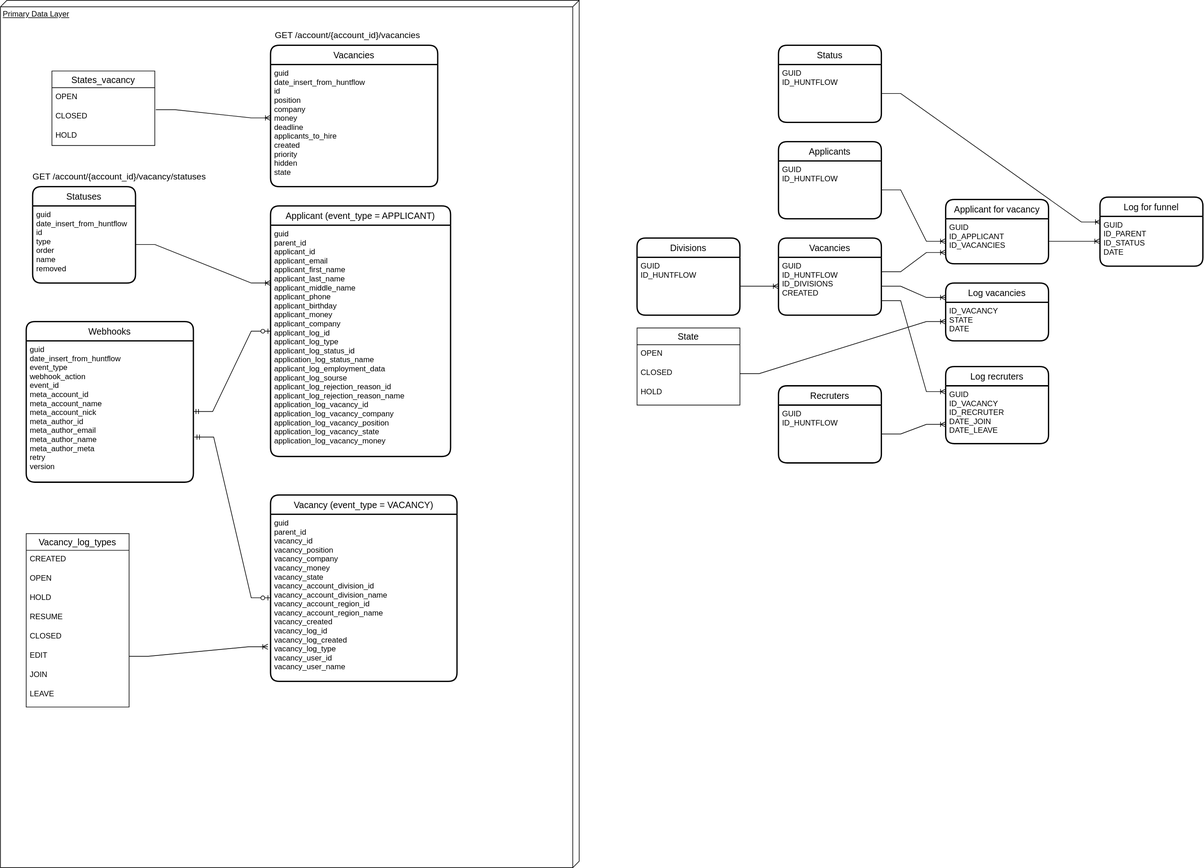
The draw.io diagram er.drawio.svg in Rikanda/for_admitad, before a commit. Source tidied: cells renumbered, new cells last; positions are measured from the earlier drawing's top-left corner, leaving out a move shared by most shapes.
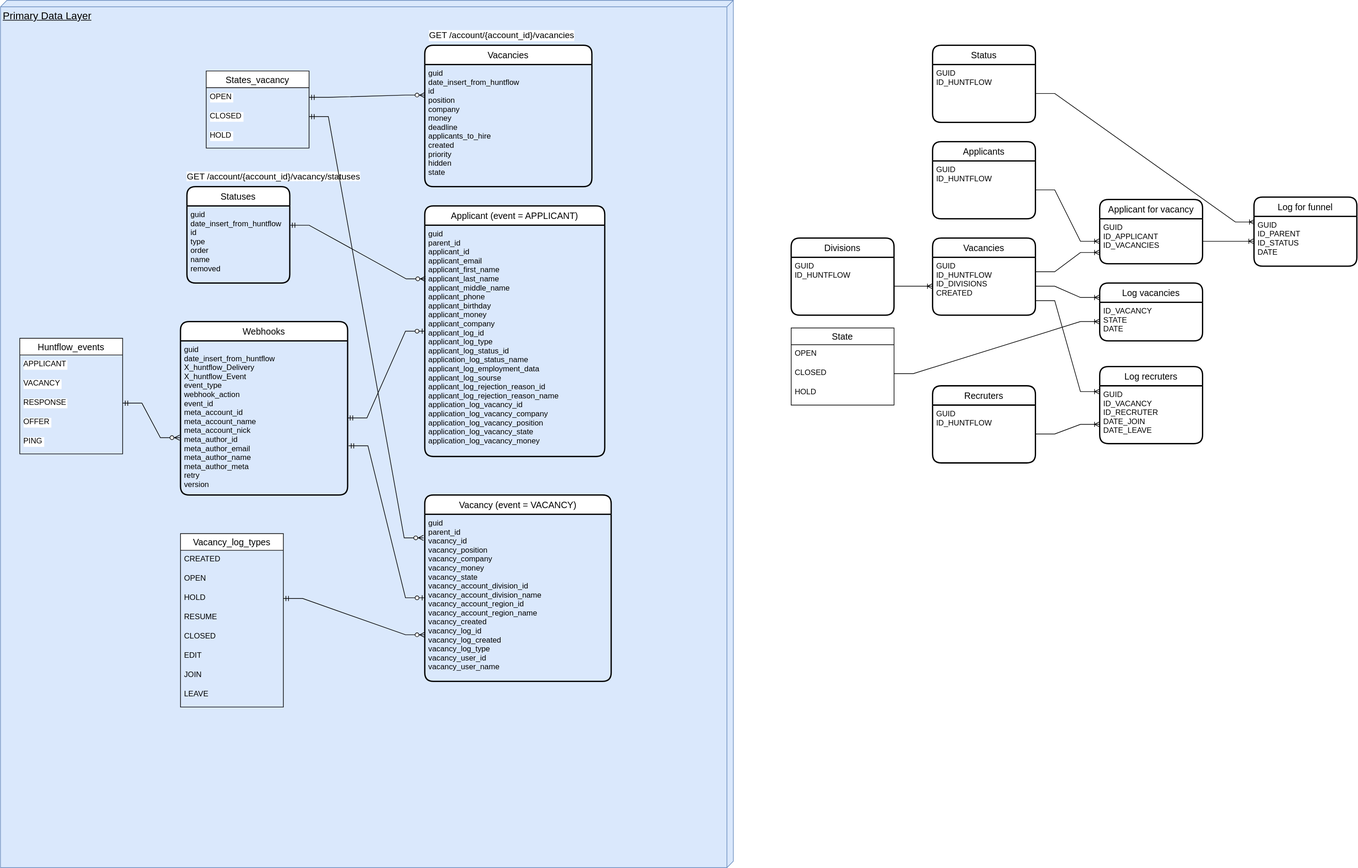
After the change.

Diff of the diagram source:
```diff
@@ -97,8 +97,8 @@
     <mxCell id="32" style="edgeStyle=entityRelationEdgeStyle;fontSize=12;html=1;endArrow=ERoneToMany;rounded=0;exitX=1;exitY=0.5;exitDx=0;exitDy=0;entryX=0;entryY=0.5;entryDx=0;entryDy=0;" parent="1" edge="1" source="9" target="5">
       <mxGeometry relative="1" as="geometry" />
     </mxCell>
-    <mxCell id="33" value="Primary Data Layer" style="verticalAlign=top;align=left;spacingTop=8;spacingLeft=2;spacingRight=12;shape=cube;size=10;direction=south;fontStyle=4;html=1;" parent="1" vertex="1">
-      <mxGeometry width="900" height="1350" as="geometry" />
+    <mxCell id="33" value="Primary Data Layer" style="verticalAlign=top;align=left;spacingTop=8;spacingLeft=2;spacingRight=12;shape=cube;size=10;direction=south;fontStyle=4;html=1;fillColor=#dae8fc;strokeColor=#6c8ebf;fontSize=16;" parent="1" vertex="1">
+      <mxGeometry x="-240" width="1140" height="1350" as="geometry" />
     </mxCell>
     <mxCell id="34" value="Vacancies" style="swimlane;horizontal=1;startSize=30;rounded=1;fontSize=14;fontStyle=0;strokeWidth=2;shadow=0;dashed=0;align=center;" parent="1" vertex="1">
       <mxGeometry x="420" y="70" width="260" height="220" as="geometry" />
@@ -107,12 +107,12 @@
       <mxGeometry y="30" width="260" height="190" as="geometry" />
     </mxCell>
     <mxCell id="36" value="Webhooks" style="swimlane;horizontal=1;startSize=30;rounded=1;fontSize=14;fontStyle=0;strokeWidth=2;shadow=0;dashed=0;align=center;" parent="1" vertex="1">
-      <mxGeometry x="40" y="500" width="260" height="250" as="geometry" />
+      <mxGeometry x="40" y="500" width="260" height="270" as="geometry" />
     </mxCell>
-    <mxCell id="37" value="guid&#10;date_insert_from_huntflow&#10;event_type&#10;webhook_action&#10;event_id&#10;meta_account_id&#10;meta_account_name&#10;meta_account_nick&#10;meta_author_id&#10;meta_author_email&#10;meta_author_name&#10;meta_author_meta&#10;retry&#10;version&#10;&#10;&#10;" style="align=left;strokeColor=none;fillColor=none;spacingLeft=4;fontSize=12;verticalAlign=top;" parent="36" vertex="1">
-      <mxGeometry y="30" width="260" height="220" as="geometry" />
+    <mxCell id="37" value="guid&#10;date_insert_from_huntflow&#10;X_huntflow_Delivery&#10;X_huntflow_Event&#10;event_type&#10;webhook_action&#10;event_id&#10;meta_account_id&#10;meta_account_name&#10;meta_account_nick&#10;meta_author_id&#10;meta_author_email&#10;meta_author_name&#10;meta_author_meta&#10;retry&#10;version&#10;&#10;&#10;" style="align=left;strokeColor=none;fillColor=none;spacingLeft=4;fontSize=12;verticalAlign=top;" parent="36" vertex="1">
+      <mxGeometry y="30" width="260" height="240" as="geometry" />
     </mxCell>
-    <mxCell id="38" value="Applicant (event_type = APPLICANT)" style="swimlane;horizontal=1;startSize=30;rounded=1;fontSize=14;fontStyle=0;strokeWidth=2;shadow=0;dashed=0;align=center;" parent="1" vertex="1">
+    <mxCell id="38" value="Applicant (event = APPLICANT)" style="swimlane;horizontal=1;startSize=30;rounded=1;fontSize=14;fontStyle=0;strokeWidth=2;shadow=0;dashed=0;align=center;" parent="1" vertex="1">
       <mxGeometry x="420" y="320" width="280" height="390" as="geometry" />
     </mxCell>
     <mxCell id="39" value="guid&#10;parent_id&#10;applicant_id&#10;applicant_email&#10;applicant_first_name&#10;applicant_last_name&#10;applicant_middle_name&#10;applicant_phone&#10;applicant_birthday&#10;applicant_money&#10;applicant_company&#10;applicant_log_id&#10;applicant_log_type&#10;applicant_log_status_id&#10;application_log_status_name&#10;applicant_log_employment_data&#10;applicant_log_sourse&#10;applicant_log_rejection_reason_id&#10;applicant_log_rejection_reason_name&#10;application_log_vacancy_id&#10;application_log_vacancy_company&#10;application_log_vacancy_position&#10;application_log_vacancy_state&#10;application_log_vacancy_money&#10;" style="align=left;strokeColor=none;fillColor=none;spacingLeft=4;fontSize=12;verticalAlign=top;" parent="38" vertex="1">
@@ -121,7 +121,7 @@
     <mxCell id="40" style="edgeStyle=entityRelationEdgeStyle;fontSize=12;html=1;endArrow=ERzeroToOne;startArrow=ERmandOne;rounded=0;entryX=0;entryY=0.5;entryDx=0;entryDy=0;" parent="1" edge="1" source="37" target="38">
       <mxGeometry relative="1" as="geometry" />
     </mxCell>
-    <mxCell id="41" value="Vacancy (event_type = VACANCY)" style="swimlane;horizontal=1;startSize=30;rounded=1;fontSize=14;fontStyle=0;strokeWidth=2;shadow=0;dashed=0;align=center;" parent="1" vertex="1">
+    <mxCell id="41" value="Vacancy (event = VACANCY)" style="swimlane;horizontal=1;startSize=30;rounded=1;fontSize=14;fontStyle=0;strokeWidth=2;shadow=0;dashed=0;align=center;" parent="1" vertex="1">
       <mxGeometry x="420" y="770" width="290" height="290" as="geometry" />
     </mxCell>
     <mxCell id="42" value="guid&#10;parent_id&#10;vacancy_id&#10;vacancy_position&#10;vacancy_company&#10;vacancy_money&#10;vacancy_state&#10;vacancy_account_division_id&#10;vacancy_account_division_name&#10;vacancy_account_region_id&#10;vacancy_account_region_name&#10;vacancy_created&#10;vacancy_log_id&#10;vacancy_log_created&#10;vacancy_log_type&#10;vacancy_user_id&#10;vacancy_user_name" style="align=left;strokeColor=none;fillColor=none;spacingLeft=4;fontSize=12;verticalAlign=top;" parent="41" vertex="1">
@@ -157,9 +157,6 @@
     <mxCell id="52" value="LEAVE" style="text;strokeColor=none;fillColor=none;spacingLeft=4;spacingRight=4;overflow=hidden;fontSize=12;" parent="44" vertex="1">
       <mxGeometry y="236" width="160" height="34" as="geometry" />
     </mxCell>
-    <mxCell id="53" style="edgeStyle=entityRelationEdgeStyle;fontSize=12;html=1;endArrow=ERoneToMany;rounded=0;exitX=1;exitY=0.5;exitDx=0;exitDy=0;entryX=-0.014;entryY=0.793;entryDx=0;entryDy=0;entryPerimeter=0;" parent="1" edge="1" source="50" target="42">
-      <mxGeometry relative="1" as="geometry" />
-    </mxCell>
     <mxCell id="54" value="Statuses" style="swimlane;horizontal=1;startSize=30;rounded=1;fontSize=14;fontStyle=0;strokeWidth=2;shadow=0;dashed=0;align=center;" parent="1" vertex="1">
       <mxGeometry x="50" y="290" width="160" height="150" as="geometry" />
     </mxCell>
@@ -169,14 +166,11 @@
     <mxCell id="56" value="&lt;span style=&quot;font-size: 13.6px ; background-color: rgb(255 , 255 , 255)&quot;&gt;GET /account/{account_id}/vacancy/statuses&lt;/span&gt;" style="text;html=1;strokeColor=none;fillColor=none;align=center;verticalAlign=middle;whiteSpace=wrap;rounded=0;" parent="1" vertex="1">
       <mxGeometry x="10" y="260" width="350" height="30" as="geometry" />
     </mxCell>
-    <mxCell id="57" style="edgeStyle=entityRelationEdgeStyle;fontSize=12;html=1;endArrow=ERoneToMany;rounded=0;exitX=1;exitY=0.5;exitDx=0;exitDy=0;entryX=0;entryY=0.25;entryDx=0;entryDy=0;" parent="1" edge="1" source="55" target="39">
-      <mxGeometry relative="1" as="geometry" />
-    </mxCell>
     <mxCell id="58" value="&lt;span style=&quot;font-family: , , &amp;#34;sf mono&amp;#34; , &amp;#34;menlo&amp;#34; , &amp;#34;consolas&amp;#34; , &amp;#34;liberation mono&amp;#34; , monospace ; font-size: 13.6px ; background-color: rgb(255 , 255 , 255)&quot;&gt;GET /account/{account_id}/vacancies&lt;/span&gt;" style="text;html=1;strokeColor=none;fillColor=none;align=center;verticalAlign=middle;whiteSpace=wrap;rounded=0;labelBackgroundColor=#FFFFFF;fontColor=#000000;" parent="1" vertex="1">
       <mxGeometry x="415" y="40" width="250" height="30" as="geometry" />
     </mxCell>
-    <mxCell id="59" value="States_vacancy" style="swimlane;fontStyle=0;horizontal=1;startSize=26;align=center;fontSize=14;labelBackgroundColor=#FFFFFF;fontColor=#000000;" parent="1" vertex="1">
-      <mxGeometry x="80" y="110" width="160" height="116" as="geometry" />
+    <mxCell id="59" value="States_vacancy" style="swimlane;fontStyle=0;horizontal=1;startSize=26;align=center;fontSize=14;labelBackgroundColor=#FFFFFF;" parent="1" vertex="1">
+      <mxGeometry x="80" y="110" width="160" height="120" as="geometry" />
     </mxCell>
     <mxCell id="60" value="OPEN" style="text;strokeColor=none;fillColor=none;spacingLeft=4;spacingRight=4;overflow=hidden;points=[[0,0.5],[1,0.5]];portConstraint=eastwest;fontSize=12;labelBackgroundColor=#FFFFFF;fontColor=#000000;" parent="59" vertex="1">
       <mxGeometry y="26" width="160" height="30" as="geometry" />
@@ -185,12 +179,40 @@
       <mxGeometry y="56" width="160" height="30" as="geometry" />
     </mxCell>
     <mxCell id="62" value="HOLD" style="text;strokeColor=none;fillColor=none;spacingLeft=4;spacingRight=4;overflow=hidden;fontSize=12;labelBackgroundColor=#FFFFFF;fontColor=#000000;" parent="59" vertex="1">
-      <mxGeometry y="86" width="160" height="30" as="geometry" />
+      <mxGeometry y="86" width="160" height="34" as="geometry" />
     </mxCell>
-    <mxCell id="63" style="edgeStyle=entityRelationEdgeStyle;fontSize=12;html=1;endArrow=ERoneToMany;rounded=0;exitX=1.01;exitY=0.14;exitDx=0;exitDy=0;exitPerimeter=0;" parent="1" edge="1" source="61">
-      <mxGeometry relative="1" as="geometry">
-        <mxPoint x="420" y="183" as="targetPoint" />
-      </mxGeometry>
-    </mxCell>
+    <mxCell id="64" value="Huntflow_events" style="swimlane;fontStyle=0;horizontal=1;startSize=26;align=center;fontSize=14;labelBackgroundColor=#FFFFFF;fontColor=#000000;" parent="1" vertex="1">
+      <mxGeometry x="-210" y="526" width="160" height="180" as="geometry" />
+    </mxCell>
+    <mxCell id="65" value="APPLICANT" style="text;strokeColor=none;fillColor=none;spacingLeft=4;spacingRight=4;overflow=hidden;fontSize=12;labelBackgroundColor=#FFFFFF;fontColor=#000000;" parent="64" vertex="1">
+      <mxGeometry y="26" width="160" height="30" as="geometry" />
+    </mxCell>
+    <mxCell id="66" value="VACANCY" style="text;strokeColor=none;fillColor=none;spacingLeft=4;spacingRight=4;overflow=hidden;fontSize=12;labelBackgroundColor=#FFFFFF;fontColor=#000000;" parent="64" vertex="1">
+      <mxGeometry y="56" width="160" height="30" as="geometry" />
+    </mxCell>
+    <mxCell id="67" value="RESPONSE" style="text;strokeColor=none;fillColor=none;spacingLeft=4;spacingRight=4;overflow=hidden;points=[[0,0.5],[1,0.5]];portConstraint=eastwest;fontSize=12;labelBackgroundColor=#FFFFFF;fontColor=#000000;" parent="64" vertex="1">
+      <mxGeometry y="86" width="160" height="30" as="geometry" />
+    </mxCell>
+    <mxCell id="68" value="OFFER" style="text;strokeColor=none;fillColor=none;spacingLeft=4;spacingRight=4;overflow=hidden;fontSize=12;labelBackgroundColor=#FFFFFF;fontColor=#000000;" parent="64" vertex="1">
+      <mxGeometry y="116" width="160" height="30" as="geometry" />
+    </mxCell>
+    <mxCell id="69" value="PING" style="text;strokeColor=none;fillColor=none;spacingLeft=4;spacingRight=4;overflow=hidden;fontSize=12;labelBackgroundColor=#FFFFFF;fontColor=#000000;" parent="64" vertex="1">
+      <mxGeometry y="146" width="160" height="34" as="geometry" />
+    </mxCell>
+    <mxCell id="70" style="edgeStyle=entityRelationEdgeStyle;fontSize=12;html=1;endArrow=ERzeroToMany;startArrow=ERmandOne;rounded=0;fontColor=#000000;exitX=1;exitY=0.5;exitDx=0;exitDy=0;entryX=-0.005;entryY=0.628;entryDx=0;entryDy=0;entryPerimeter=0;" parent="1" edge="1" source="67" target="37">
+      <mxGeometry relative="1" as="geometry" />
+    </mxCell>
+    <mxCell id="57" style="edgeStyle=entityRelationEdgeStyle;fontSize=12;html=1;endArrow=ERzeroToMany;startArrow=ERmandOne;rounded=0;fontColor=#000000;exitX=1;exitY=0.25;exitDx=0;exitDy=0;entryX=0.004;entryY=0.232;entryDx=0;entryDy=0;entryPerimeter=0;" parent="1" edge="1" source="55" target="39">
+      <mxGeometry relative="1" as="geometry" />
+    </mxCell>
+    <mxCell id="71" style="edgeStyle=entityRelationEdgeStyle;fontSize=12;html=1;endArrow=ERzeroToMany;startArrow=ERmandOne;rounded=0;fontColor=#000000;exitX=1;exitY=0.5;exitDx=0;exitDy=0;entryX=0;entryY=0.75;entryDx=0;entryDy=0;" parent="1" edge="1" source="47" target="41">
+      <mxGeometry relative="1" as="geometry" />
+    </mxCell>
+    <mxCell id="72" style="edgeStyle=entityRelationEdgeStyle;fontSize=12;html=1;endArrow=ERzeroToMany;startArrow=ERmandOne;rounded=0;fontColor=#000000;entryX=0;entryY=0.25;entryDx=0;entryDy=0;" parent="1" edge="1" source="60" target="35">
+      <mxGeometry relative="1" as="geometry" />
+    </mxCell>
+    <mxCell id="73" style="edgeStyle=entityRelationEdgeStyle;fontSize=12;html=1;endArrow=ERzeroToMany;startArrow=ERmandOne;rounded=0;fontColor=#000000;exitX=1;exitY=0.5;exitDx=0;exitDy=0;entryX=-0.007;entryY=0.141;entryDx=0;entryDy=0;entryPerimeter=0;" parent="1" edge="1" source="61" target="42">
+      <mxGeometry relative="1" as="geometry" />
+    </mxCell>
   </root>
 </mxGraphModel>
```
